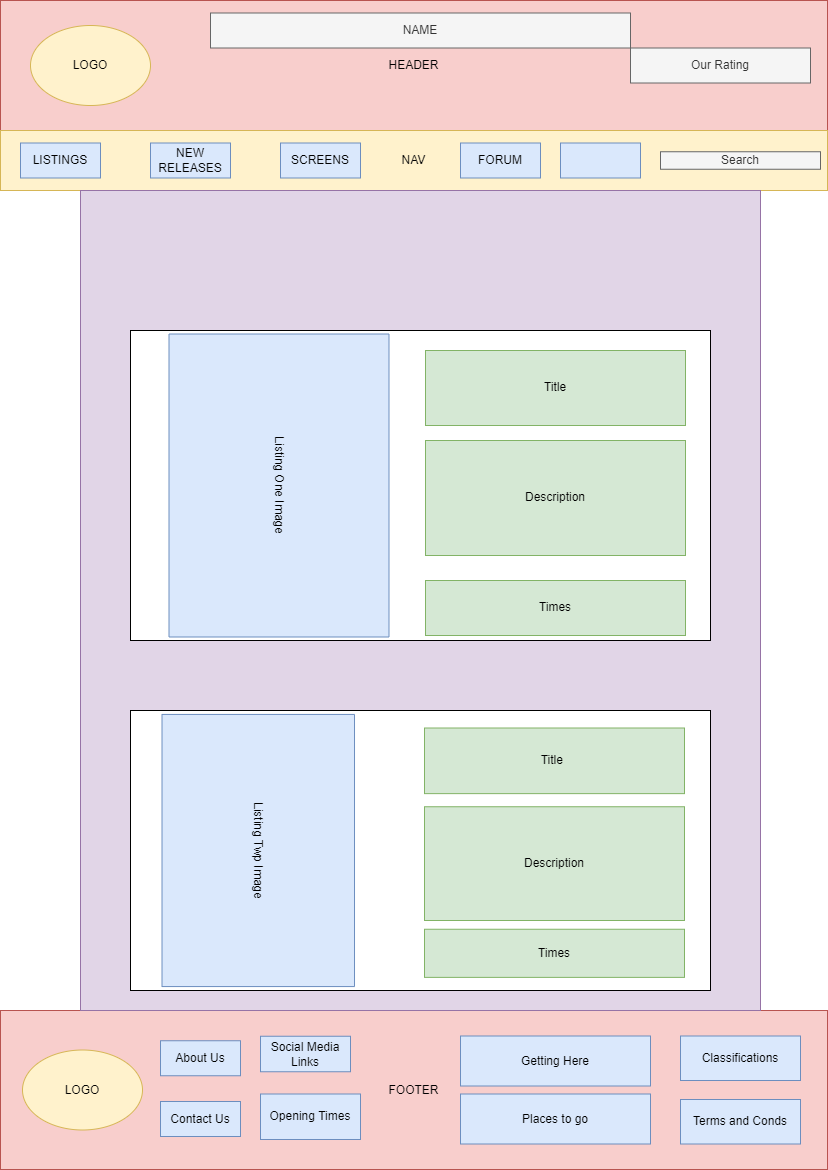
The draw.io diagram Documentation/Websitedrafts/listings.drawio.png in MegaSharkRhinonado/QAProject3, before a commit. Source tidied: cells renumbered, new cells last; positions are measured from the earlier drawing's top-left corner, leaving out a move shared by most shapes. The source it was exported from:
```xml
<mxGraphModel>
  <root>
    <mxCell id="0" />
    <mxCell id="1" parent="0" />
    <mxCell id="2" value="HEADER" style="rounded=0;whiteSpace=wrap;html=1;fillColor=#f8cecc;strokeColor=#b85450;" parent="1" vertex="1">
      <mxGeometry width="827" height="130" as="geometry" />
    </mxCell>
    <mxCell id="3" value="NAV" style="rounded=0;whiteSpace=wrap;html=1;fillColor=#fff2cc;strokeColor=#d6b656;" parent="1" vertex="1">
      <mxGeometry y="130" width="827" height="60" as="geometry" />
    </mxCell>
    <mxCell id="4" value="FOOTER" style="rounded=0;whiteSpace=wrap;html=1;fillColor=#f8cecc;strokeColor=#b85450;" parent="1" vertex="1">
      <mxGeometry y="1010" width="827" height="159" as="geometry" />
    </mxCell>
    <mxCell id="5" style="rounded=0;whiteSpace=wrap;html=1;fillColor=#e1d5e7;strokeColor=#9673a6;" parent="1" vertex="1">
      <mxGeometry x="80" y="190" width="680" height="820" as="geometry" />
    </mxCell>
    <mxCell id="6" value="LISTINGS" style="rounded=0;whiteSpace=wrap;html=1;fillColor=#dae8fc;strokeColor=#6c8ebf;" parent="1" vertex="1">
      <mxGeometry x="20" y="142.5" width="80" height="35" as="geometry" />
    </mxCell>
    <mxCell id="7" value="NEW RELEASES" style="rounded=0;whiteSpace=wrap;html=1;fillColor=#dae8fc;strokeColor=#6c8ebf;" parent="1" vertex="1">
      <mxGeometry x="150" y="142.5" width="80" height="35" as="geometry" />
    </mxCell>
    <mxCell id="8" value="SCREENS" style="rounded=0;whiteSpace=wrap;html=1;fillColor=#dae8fc;strokeColor=#6c8ebf;" parent="1" vertex="1">
      <mxGeometry x="280" y="142.5" width="80" height="35" as="geometry" />
    </mxCell>
    <mxCell id="9" value="FORUM" style="rounded=0;whiteSpace=wrap;html=1;fillColor=#dae8fc;strokeColor=#6c8ebf;" parent="1" vertex="1">
      <mxGeometry x="460" y="142.5" width="80" height="35" as="geometry" />
    </mxCell>
    <mxCell id="10" style="rounded=0;whiteSpace=wrap;html=1;fillColor=#dae8fc;strokeColor=#6c8ebf;" parent="1" vertex="1">
      <mxGeometry x="560" y="142.5" width="80" height="35" as="geometry" />
    </mxCell>
    <mxCell id="11" value="About Us" style="rounded=0;whiteSpace=wrap;html=1;fillColor=#dae8fc;strokeColor=#6c8ebf;" parent="1" vertex="1">
      <mxGeometry x="160" y="1040.2" width="80" height="35" as="geometry" />
    </mxCell>
    <mxCell id="12" value="Contact Us" style="rounded=0;whiteSpace=wrap;html=1;fillColor=#dae8fc;strokeColor=#6c8ebf;" parent="1" vertex="1">
      <mxGeometry x="160" y="1101" width="80" height="35" as="geometry" />
    </mxCell>
    <mxCell id="13" value="LOGO" style="ellipse;whiteSpace=wrap;html=1;fillColor=#fff2cc;strokeColor=#d6b656;" parent="1" vertex="1">
      <mxGeometry x="30" y="25" width="120" height="80" as="geometry" />
    </mxCell>
    <mxCell id="14" value="Opening Times" style="rounded=0;whiteSpace=wrap;html=1;fillColor=#dae8fc;strokeColor=#6c8ebf;" parent="1" vertex="1">
      <mxGeometry x="260" y="1093.5" width="100" height="45.5" as="geometry" />
    </mxCell>
    <mxCell id="15" value="Classifications" style="rounded=0;whiteSpace=wrap;html=1;fillColor=#dae8fc;strokeColor=#6c8ebf;" parent="1" vertex="1">
      <mxGeometry x="680" y="1035.5" width="120" height="44.5" as="geometry" />
    </mxCell>
    <mxCell id="16" value="Getting Here&lt;br&gt;" style="rounded=0;whiteSpace=wrap;html=1;fillColor=#dae8fc;strokeColor=#6c8ebf;" parent="1" vertex="1">
      <mxGeometry x="460" y="1035.5" width="190" height="50" as="geometry" />
    </mxCell>
    <mxCell id="17" value="Places to go" style="rounded=0;whiteSpace=wrap;html=1;fillColor=#dae8fc;strokeColor=#6c8ebf;" parent="1" vertex="1">
      <mxGeometry x="460" y="1093.5" width="190" height="50" as="geometry" />
    </mxCell>
    <mxCell id="18" value="Search" style="rounded=0;whiteSpace=wrap;html=1;fillColor=#f5f5f5;fontColor=#333333;strokeColor=#666666;" parent="1" vertex="1">
      <mxGeometry x="660" y="151.2" width="160" height="17.5" as="geometry" />
    </mxCell>
    <mxCell id="19" value="Our Rating" style="rounded=0;whiteSpace=wrap;html=1;fillColor=#f5f5f5;fontColor=#333333;strokeColor=#666666;" parent="1" vertex="1">
      <mxGeometry x="630" y="47.5" width="180" height="35" as="geometry" />
    </mxCell>
    <mxCell id="20" value="Terms and Conds" style="rounded=0;whiteSpace=wrap;html=1;fillColor=#dae8fc;strokeColor=#6c8ebf;" parent="1" vertex="1">
      <mxGeometry x="680" y="1099" width="120" height="44.5" as="geometry" />
    </mxCell>
    <mxCell id="21" value="Social Media Links" style="rounded=0;whiteSpace=wrap;html=1;fillColor=#dae8fc;strokeColor=#6c8ebf;" parent="1" vertex="1">
      <mxGeometry x="260" y="1035.8" width="90" height="35.5" as="geometry" />
    </mxCell>
    <mxCell id="22" style="group;" parent="1" vertex="1">
      <mxGeometry x="130" y="710" width="580" height="280" as="geometry" />
    </mxCell>
    <mxCell id="23" style="rounded=0;whiteSpace=wrap;html=1;fillColor=default;gradientColor=#ffffff;" parent="22" vertex="1">
      <mxGeometry width="580" height="280" as="geometry" />
    </mxCell>
    <mxCell id="24" value="&lt;span style=&quot;&quot;&gt;Listing Twp Image&lt;/span&gt;" style="rounded=0;whiteSpace=wrap;html=1;fillColor=#dae8fc;rotation=90;strokeColor=#6c8ebf;" parent="22" vertex="1">
      <mxGeometry x="-8.3" y="43.8" width="272.1" height="192.5" as="geometry" />
    </mxCell>
    <mxCell id="25" value="Title&lt;span style=&quot;white-space: pre;&quot;&gt;&#9;&lt;/span&gt;" style="rounded=0;whiteSpace=wrap;html=1;fillColor=#d5e8d4;strokeColor=#82b366;" parent="22" vertex="1">
      <mxGeometry x="294" y="17.5" width="260" height="65.6" as="geometry" />
    </mxCell>
    <mxCell id="26" value="Description" style="rounded=0;whiteSpace=wrap;html=1;fillColor=#d5e8d4;strokeColor=#82b366;" parent="22" vertex="1">
      <mxGeometry x="294" y="96.2" width="260" height="113.8" as="geometry" />
    </mxCell>
    <mxCell id="27" value="Times" style="rounded=0;whiteSpace=wrap;html=1;fillColor=#d5e8d4;strokeColor=#82b366;" parent="22" vertex="1">
      <mxGeometry x="294" y="218.8" width="260" height="48.1" as="geometry" />
    </mxCell>
    <mxCell id="28" style="rounded=0;whiteSpace=wrap;html=1;fillColor=default;gradientColor=#ffffff;" parent="1" vertex="1">
      <mxGeometry x="130" y="330" width="580" height="310" as="geometry" />
    </mxCell>
    <mxCell id="29" value="Listing One Image" style="rounded=0;whiteSpace=wrap;html=1;fillColor=#dae8fc;rotation=90;strokeColor=#6c8ebf;" parent="1" vertex="1">
      <mxGeometry x="127" y="375" width="303" height="220" as="geometry" />
    </mxCell>
    <mxCell id="30" value="Title" style="rounded=0;whiteSpace=wrap;html=1;fillColor=#d5e8d4;strokeColor=#82b366;" parent="1" vertex="1">
      <mxGeometry x="425" y="350" width="260" height="75" as="geometry" />
    </mxCell>
    <mxCell id="31" value="Description" style="rounded=0;whiteSpace=wrap;html=1;fillColor=#d5e8d4;strokeColor=#82b366;" parent="1" vertex="1">
      <mxGeometry x="425" y="440" width="260" height="115" as="geometry" />
    </mxCell>
    <mxCell id="32" value="Times" style="rounded=0;whiteSpace=wrap;html=1;fillColor=#d5e8d4;strokeColor=#82b366;" parent="1" vertex="1">
      <mxGeometry x="425" y="580" width="260" height="55" as="geometry" />
    </mxCell>
    <mxCell id="33" value="LOGO" style="ellipse;whiteSpace=wrap;html=1;fillColor=#fff2cc;strokeColor=#d6b656;" parent="1" vertex="1">
      <mxGeometry x="22" y="1049.5" width="120" height="80" as="geometry" />
    </mxCell>
    <mxCell id="34" value="NAME" style="rounded=0;whiteSpace=wrap;html=1;fillColor=#f5f5f5;fontColor=#333333;strokeColor=#666666;" parent="1" vertex="1">
      <mxGeometry x="210" y="12.5" width="420" height="35" as="geometry" />
    </mxCell>
  </root>
</mxGraphModel>
```
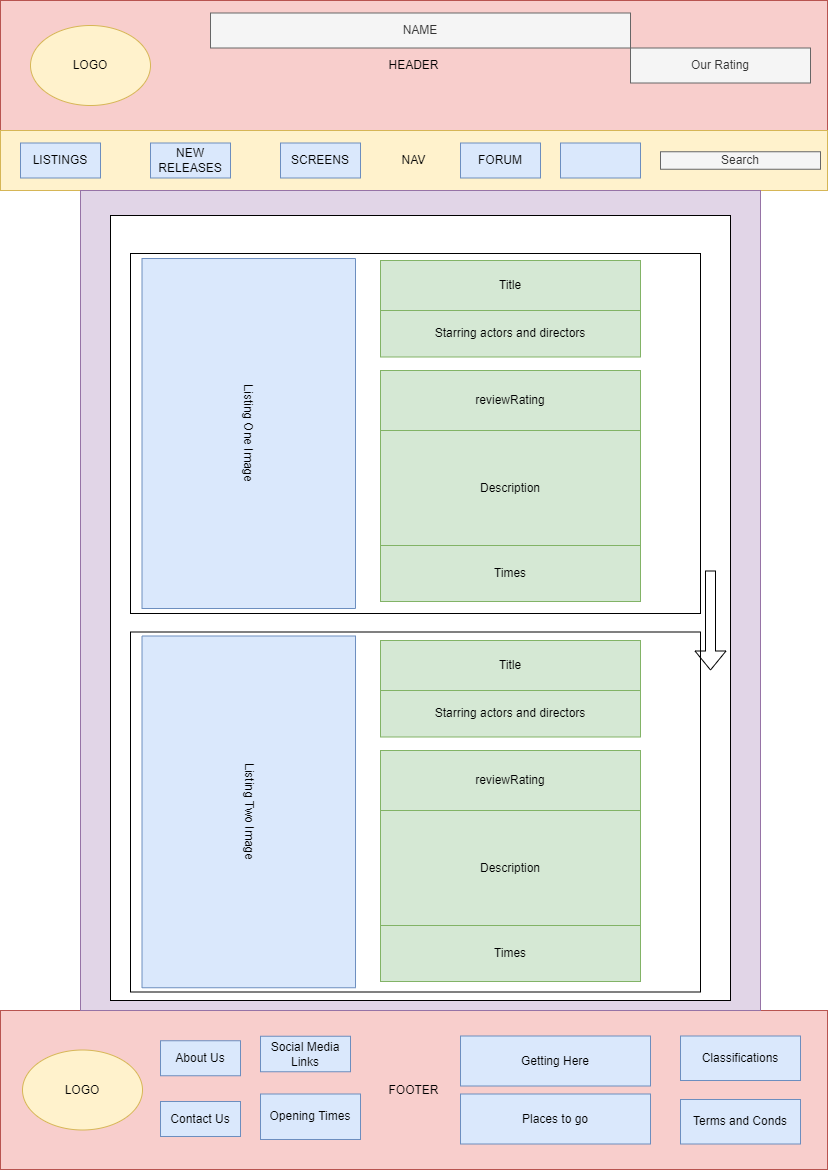
Later version of the same file.

Change to the diagram source:
```diff
@@ -62,44 +62,68 @@
     <mxCell id="21" value="Social Media Links" style="rounded=0;whiteSpace=wrap;html=1;fillColor=#dae8fc;strokeColor=#6c8ebf;" parent="1" vertex="1">
       <mxGeometry x="260" y="1035.8" width="90" height="35.5" as="geometry" />
     </mxCell>
-    <mxCell id="22" style="group;" parent="1" vertex="1">
-      <mxGeometry x="130" y="710" width="580" height="280" as="geometry" />
-    </mxCell>
-    <mxCell id="23" style="rounded=0;whiteSpace=wrap;html=1;fillColor=default;gradientColor=#ffffff;" parent="22" vertex="1">
-      <mxGeometry width="580" height="280" as="geometry" />
-    </mxCell>
-    <mxCell id="24" value="&lt;span style=&quot;&quot;&gt;Listing Twp Image&lt;/span&gt;" style="rounded=0;whiteSpace=wrap;html=1;fillColor=#dae8fc;rotation=90;strokeColor=#6c8ebf;" parent="22" vertex="1">
-      <mxGeometry x="-8.3" y="43.8" width="272.1" height="192.5" as="geometry" />
-    </mxCell>
-    <mxCell id="25" value="Title&lt;span style=&quot;white-space: pre;&quot;&gt;&#9;&lt;/span&gt;" style="rounded=0;whiteSpace=wrap;html=1;fillColor=#d5e8d4;strokeColor=#82b366;" parent="22" vertex="1">
-      <mxGeometry x="294" y="17.5" width="260" height="65.6" as="geometry" />
-    </mxCell>
+    <mxCell id="29" value="Listing One Image" style="rounded=0;whiteSpace=wrap;html=1;fillColor=#dae8fc;rotation=90;strokeColor=#6c8ebf;" parent="1" vertex="1">
+      <mxGeometry x="76.5" y="333.5" width="343.5" height="213.5" as="geometry" />
+    </mxCell>
+    <mxCell id="30" value="Title" style="rounded=0;whiteSpace=wrap;html=1;fillColor=#d5e8d4;strokeColor=#82b366;" parent="1" vertex="1">
+      <mxGeometry x="380" y="270" width="260" height="50" as="geometry" />
+    </mxCell>
+    <mxCell id="33" value="LOGO" style="ellipse;whiteSpace=wrap;html=1;fillColor=#fff2cc;strokeColor=#d6b656;" parent="1" vertex="1">
+      <mxGeometry x="22" y="1049.5" width="120" height="80" as="geometry" />
+    </mxCell>
+    <mxCell id="34" value="NAME" style="rounded=0;whiteSpace=wrap;html=1;fillColor=#f5f5f5;fontColor=#333333;strokeColor=#666666;" parent="1" vertex="1">
+      <mxGeometry x="210" y="12.5" width="420" height="35" as="geometry" />
+    </mxCell>
+    <mxCell id="35" style="rounded=0;whiteSpace=wrap;html=1;" parent="1" vertex="1">
+      <mxGeometry x="110" y="215" width="620" height="785" as="geometry" />
+    </mxCell>
+    <mxCell id="28" style="rounded=0;whiteSpace=wrap;html=1;fillColor=default;gradientColor=#ffffff;" parent="1" vertex="1">
+      <mxGeometry x="130" y="253" width="570" height="360" as="geometry" />
+    </mxCell>
+    <mxCell id="31" value="Description" style="rounded=0;whiteSpace=wrap;html=1;fillColor=#d5e8d4;strokeColor=#82b366;" parent="1" vertex="1">
+      <mxGeometry x="380" y="430" width="260" height="115" as="geometry" />
+    </mxCell>
+    <mxCell id="32" value="Times" style="rounded=0;whiteSpace=wrap;html=1;fillColor=#d5e8d4;strokeColor=#82b366;" parent="1" vertex="1">
+      <mxGeometry x="380" y="545" width="260" height="56" as="geometry" />
+    </mxCell>
+    <mxCell id="36" value="Starring actors and directors" style="rounded=0;whiteSpace=wrap;html=1;fillColor=#d5e8d4;strokeColor=#82b366;" parent="1" vertex="1">
+      <mxGeometry x="380" y="310" width="260" height="46.5" as="geometry" />
+    </mxCell>
+    <mxCell id="37" value="reviewRating" style="rounded=0;whiteSpace=wrap;html=1;fillColor=#d5e8d4;strokeColor=#82b366;" parent="1" vertex="1">
+      <mxGeometry x="380" y="370" width="260" height="60" as="geometry" />
+    </mxCell>
+    <mxCell id="38" value="Listing One Image" style="rounded=0;whiteSpace=wrap;html=1;fillColor=#dae8fc;rotation=90;strokeColor=#6c8ebf;" parent="1" vertex="1">
+      <mxGeometry x="73.2" y="326.2" width="350" height="213.5" as="geometry" />
+    </mxCell>
+    <mxCell id="39" value="Title" style="rounded=0;whiteSpace=wrap;html=1;fillColor=#d5e8d4;strokeColor=#82b366;" parent="1" vertex="1">
+      <mxGeometry x="380" y="260" width="260" height="50" as="geometry" />
+    </mxCell>
+    <mxCell id="40" style="rounded=0;whiteSpace=wrap;html=1;fillColor=default;gradientColor=#ffffff;" parent="1" vertex="1">
+      <mxGeometry x="130" y="631.5" width="570" height="360" as="geometry" />
+    </mxCell>
+    <mxCell id="41" value="Listing Two Image" style="rounded=0;whiteSpace=wrap;html=1;fillColor=#dae8fc;rotation=90;strokeColor=#6c8ebf;" parent="1" vertex="1">
+      <mxGeometry x="72.4" y="704.6" width="351.8" height="213.5" as="geometry" />
+    </mxCell>
+    <mxCell id="42" value="Title" style="rounded=0;whiteSpace=wrap;html=1;fillColor=#d5e8d4;strokeColor=#82b366;" parent="1" vertex="1">
+      <mxGeometry x="380" y="640" width="260" height="50" as="geometry" />
+    </mxCell>
+    <mxCell id="43" value="reviewRating" style="rounded=0;whiteSpace=wrap;html=1;fillColor=#d5e8d4;strokeColor=#82b366;" parent="1" vertex="1">
+      <mxGeometry x="380" y="750" width="260" height="60" as="geometry" />
+    </mxCell>
-    <mxCell id="26" value="Description" style="rounded=0;whiteSpace=wrap;html=1;fillColor=#d5e8d4;strokeColor=#82b366;" parent="22" vertex="1">
-      <mxGeometry x="294" y="96.2" width="260" height="113.8" as="geometry" />
+    <mxCell id="26" value="Description" style="rounded=0;whiteSpace=wrap;html=1;fillColor=#d5e8d4;strokeColor=#82b366;" parent="1" vertex="1">
+      <mxGeometry x="380" y="810" width="260" height="115" as="geometry" />
     </mxCell>
-    <mxCell id="27" value="Times" style="rounded=0;whiteSpace=wrap;html=1;fillColor=#d5e8d4;strokeColor=#82b366;" parent="22" vertex="1">
-      <mxGeometry x="294" y="218.8" width="260" height="48.1" as="geometry" />
+    <mxCell id="27" value="Times" style="rounded=0;whiteSpace=wrap;html=1;fillColor=#d5e8d4;strokeColor=#82b366;" parent="1" vertex="1">
+      <mxGeometry x="380" y="925" width="260" height="56" as="geometry" />
     </mxCell>
-    <mxCell id="28" style="rounded=0;whiteSpace=wrap;html=1;fillColor=default;gradientColor=#ffffff;" parent="1" vertex="1">
-      <mxGeometry x="130" y="330" width="580" height="310" as="geometry" />
-    </mxCell>
-    <mxCell id="29" value="Listing One Image" style="rounded=0;whiteSpace=wrap;html=1;fillColor=#dae8fc;rotation=90;strokeColor=#6c8ebf;" parent="1" vertex="1">
-      <mxGeometry x="127" y="375" width="303" height="220" as="geometry" />
-    </mxCell>
-    <mxCell id="30" value="Title" style="rounded=0;whiteSpace=wrap;html=1;fillColor=#d5e8d4;strokeColor=#82b366;" parent="1" vertex="1">
-      <mxGeometry x="425" y="350" width="260" height="75" as="geometry" />
-    </mxCell>
-    <mxCell id="31" value="Description" style="rounded=0;whiteSpace=wrap;html=1;fillColor=#d5e8d4;strokeColor=#82b366;" parent="1" vertex="1">
-      <mxGeometry x="425" y="440" width="260" height="115" as="geometry" />
-    </mxCell>
-    <mxCell id="32" value="Times" style="rounded=0;whiteSpace=wrap;html=1;fillColor=#d5e8d4;strokeColor=#82b366;" parent="1" vertex="1">
-      <mxGeometry x="425" y="580" width="260" height="55" as="geometry" />
-    </mxCell>
-    <mxCell id="33" value="LOGO" style="ellipse;whiteSpace=wrap;html=1;fillColor=#fff2cc;strokeColor=#d6b656;" parent="1" vertex="1">
-      <mxGeometry x="22" y="1049.5" width="120" height="80" as="geometry" />
-    </mxCell>
-    <mxCell id="34" value="NAME" style="rounded=0;whiteSpace=wrap;html=1;fillColor=#f5f5f5;fontColor=#333333;strokeColor=#666666;" parent="1" vertex="1">
-      <mxGeometry x="210" y="12.5" width="420" height="35" as="geometry" />
-    </mxCell>
+    <mxCell id="44" value="Starring actors and directors" style="rounded=0;whiteSpace=wrap;html=1;fillColor=#d5e8d4;strokeColor=#82b366;" parent="1" vertex="1">
+      <mxGeometry x="380" y="690" width="260" height="46.5" as="geometry" />
+    </mxCell>
+    <mxCell id="45" style="shape=flexArrow;endArrow=classic;html=1;rounded=0;" parent="1" edge="1">
+      <mxGeometry relative="1" as="geometry">
+        <mxPoint x="710" y="570" as="sourcePoint" />
+        <mxPoint x="710" y="670" as="targetPoint" />
+      </mxGeometry>
+    </mxCell>
   </root>
 </mxGraphModel>
```
